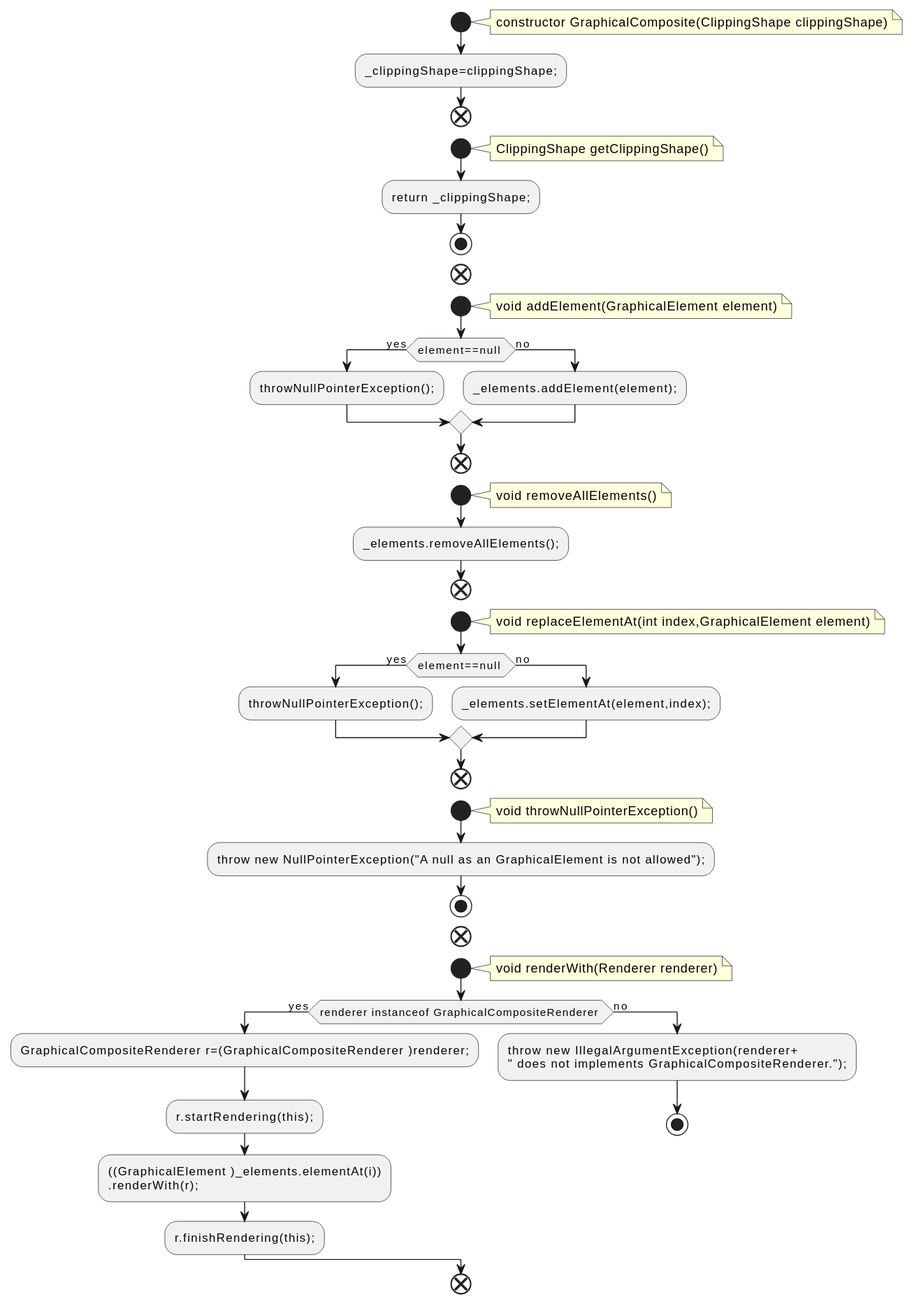
qualitesys/plantuml keeps this PlantUML diagram as docs/qc/src/jcckit/graphic/GraphicalComposite.java.fct.svg. Above is the earlier version.
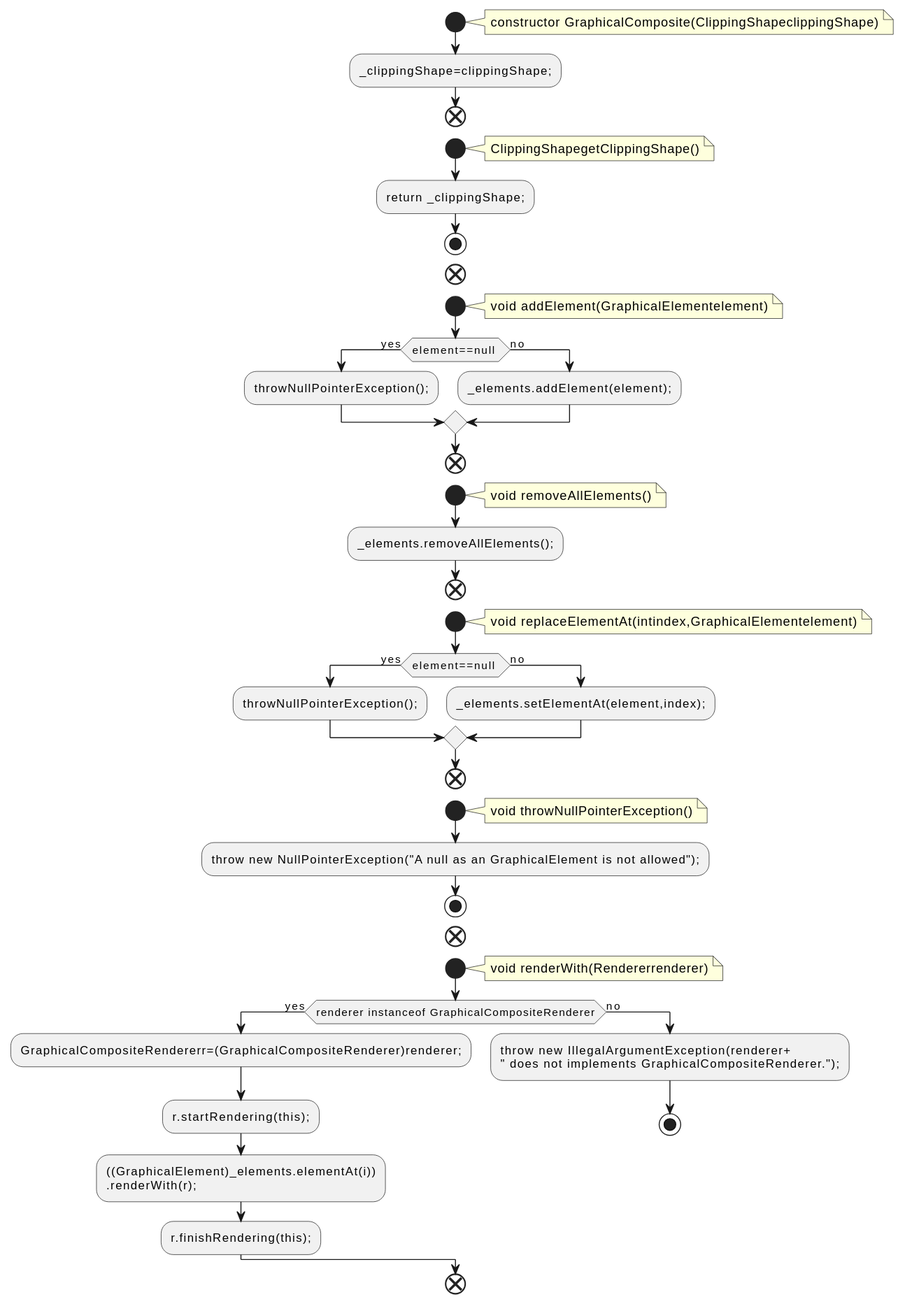
After the change.

Change to the diagram source:
```diff
@@ -2,20 +2,20 @@
 !pragma layout smetana
 start
 note right
-constructor GraphicalComposite(ClippingShape clippingShape)
+constructor GraphicalComposite(ClippingShapeclippingShape)
 end note
 :_clippingShape=clippingShape;;
 end
 start
 note right
-ClippingShape getClippingShape()
+ClippingShapegetClippingShape()
 end note
 :return _clippingShape;;
 stop
 end
 start
 note right
-void addElement(GraphicalElement element)
+void addElement(GraphicalElementelement)
 end note
 if (element==null ) then (yes)
 :throwNullPointerException();;
@@ -31,7 +31,7 @@
 end
 start
 note right
-void replaceElementAt(int index,GraphicalElement element)
+void replaceElementAt(intindex,GraphicalElementelement)
 end note
 if (element==null ) then (yes)
 :throwNullPointerException();;
@@ -48,12 +48,12 @@
 end
 start
 note right
-void renderWith(Renderer renderer)
+void renderWith(Rendererrenderer)
 end note
-if (renderer instanceof GraphicalCompositeRenderer ) then (yes)
-:GraphicalCompositeRenderer r=(GraphicalCompositeRenderer )renderer;;
+if (renderer instanceof GraphicalCompositeRenderer) then (yes)
+:GraphicalCompositeRendererr=(GraphicalCompositeRenderer)renderer;;
 :r.startRendering(this);;
-:((GraphicalElement )_elements.elementAt(i))
+:((GraphicalElement)_elements.elementAt(i))
 .renderWith(r);;
 :r.finishRendering(this);;
 else (no)
```
